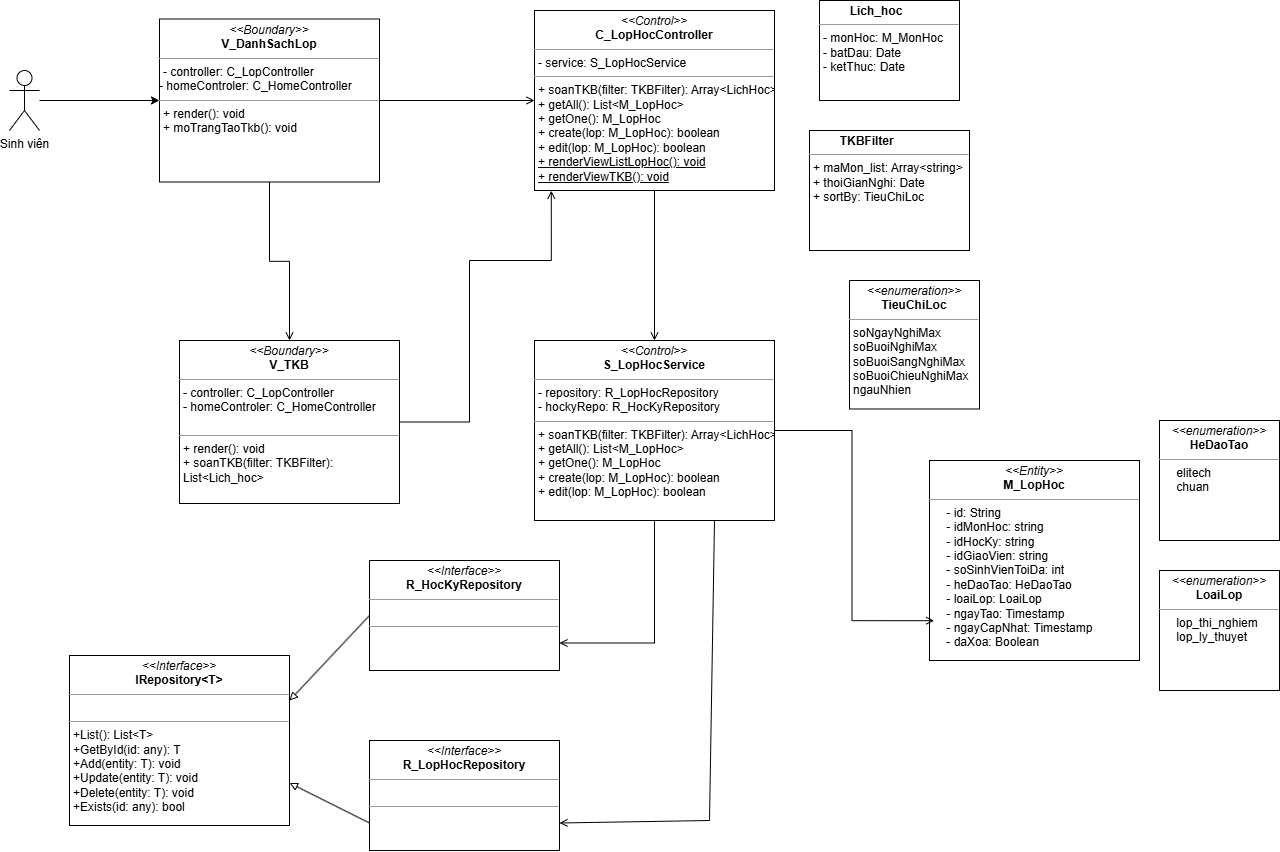
This is Class Diagram/Soan_TKB/SoanTKB.drawio.png from imvietcuongfrvietnam/PTTKHT, a draw.io export, as it was before one commit. Source tidied: cells renumbered, new cells last; positions are measured from the earlier drawing's top-left corner, leaving out a move shared by most shapes.
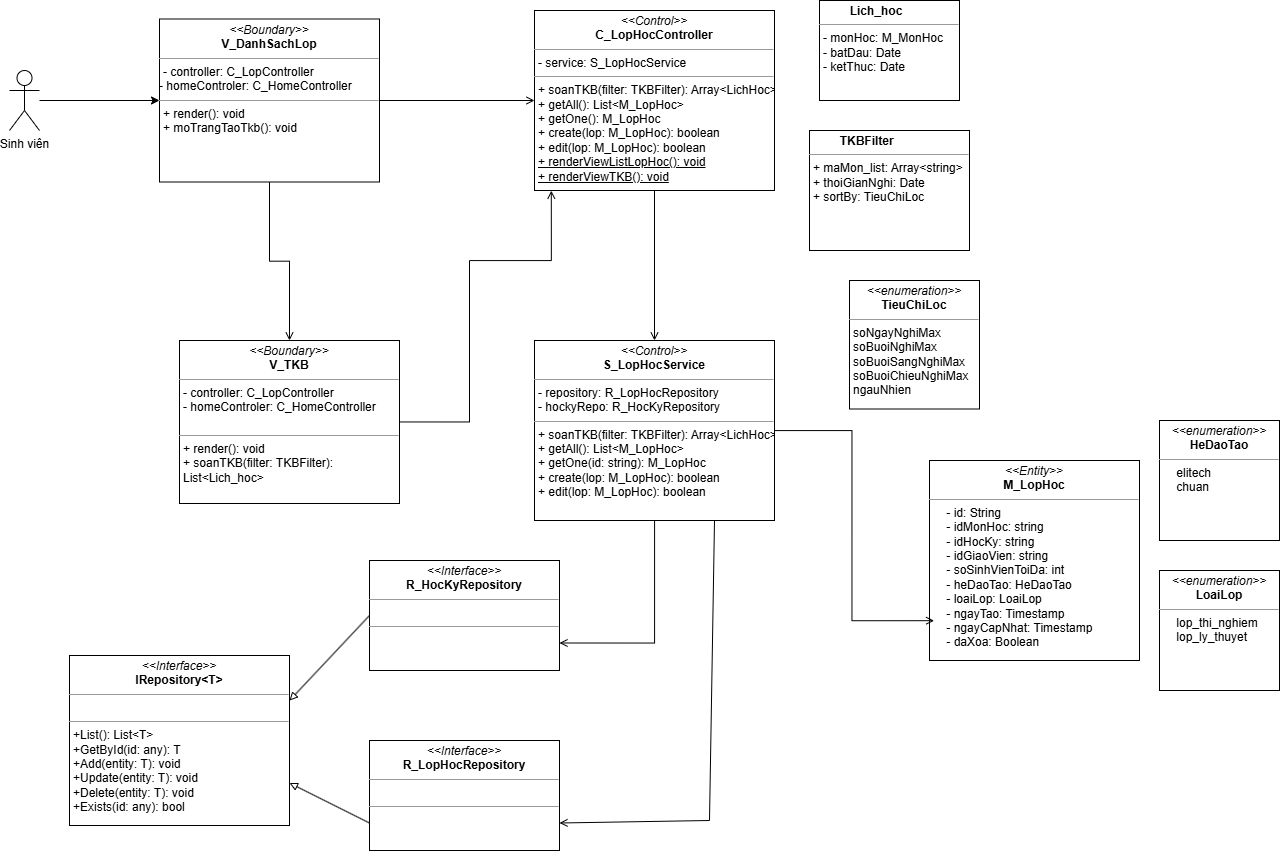
The same diagram one commit later.

The edit, as a diff of the source:
```diff
@@ -53,7 +53,7 @@
     <mxCell id="18" style="edgeStyle=orthogonalEdgeStyle;rounded=0;jettySize=auto;html=1;entryX=1;entryY=0.75;entryDx=0;entryDy=0;endArrow=open;endFill=0;" parent="1" edge="1" source="19" target="15">
       <mxGeometry relative="1" as="geometry" />
     </mxCell>
-    <mxCell id="19" value="&lt;p style=&quot;margin:0px;margin-top:4px;text-align:center;&quot;&gt;&lt;i&gt;&amp;lt;&amp;lt;Control&amp;gt;&amp;gt;&lt;/i&gt;&lt;br&gt;&lt;b&gt;S_LopHocService&lt;/b&gt;&lt;/p&gt;&lt;hr size=&quot;1&quot;&gt;&lt;p style=&quot;margin:0px;margin-left:4px;&quot;&gt;&lt;span style=&quot;background-color: transparent; color: light-dark(rgb(0, 0, 0), rgb(255, 255, 255));&quot;&gt;- repository: R_LopHocRepository&lt;br&gt;&lt;/span&gt;&lt;/p&gt;&lt;p style=&quot;margin:0px;margin-left:4px;&quot;&gt;&lt;span style=&quot;background-color: transparent; color: light-dark(rgb(0, 0, 0), rgb(255, 255, 255));&quot;&gt;- hockyRepo: R_HocKyRepository&lt;/span&gt;&lt;/p&gt;&lt;hr size=&quot;1&quot;&gt;&lt;p style=&quot;margin:0px;margin-left:4px;&quot;&gt;&lt;span style=&quot;background-color: transparent; color: light-dark(rgb(0, 0, 0), rgb(255, 255, 255));&quot;&gt;+ soanTKB(filter: TKBFilter): Array&amp;lt;LichHoc&amp;gt;&lt;/span&gt;&lt;/p&gt;&lt;p style=&quot;margin:0px;margin-left:4px;&quot;&gt;+ getAll(): List&amp;lt;M_LopHoc&amp;gt;&lt;/p&gt;&lt;p style=&quot;margin:0px;margin-left:4px;&quot;&gt;+ getOne(): M_LopHoc&lt;/p&gt;&lt;p style=&quot;margin:0px;margin-left:4px;&quot;&gt;+ create(lop: M_LopHoc): boolean&lt;/p&gt;&lt;p style=&quot;margin:0px;margin-left:4px;&quot;&gt;+ edit(lop: M_LopHoc): boolean&lt;/p&gt;" style="verticalAlign=top;align=left;overflow=fill;fontSize=12;fontFamily=Helvetica;html=1;rounded=0;shadow=0;comic=0;labelBackgroundColor=none;strokeWidth=1;" parent="1" vertex="1">
+    <mxCell id="19" value="&lt;p style=&quot;margin:0px;margin-top:4px;text-align:center;&quot;&gt;&lt;i&gt;&amp;lt;&amp;lt;Control&amp;gt;&amp;gt;&lt;/i&gt;&lt;br&gt;&lt;b&gt;S_LopHocService&lt;/b&gt;&lt;/p&gt;&lt;hr size=&quot;1&quot;&gt;&lt;p style=&quot;margin:0px;margin-left:4px;&quot;&gt;&lt;span style=&quot;background-color: transparent; color: light-dark(rgb(0, 0, 0), rgb(255, 255, 255));&quot;&gt;- repository: R_LopHocRepository&lt;br&gt;&lt;/span&gt;&lt;/p&gt;&lt;p style=&quot;margin:0px;margin-left:4px;&quot;&gt;&lt;span style=&quot;background-color: transparent; color: light-dark(rgb(0, 0, 0), rgb(255, 255, 255));&quot;&gt;- hockyRepo: R_HocKyRepository&lt;/span&gt;&lt;/p&gt;&lt;hr size=&quot;1&quot;&gt;&lt;p style=&quot;margin:0px;margin-left:4px;&quot;&gt;&lt;span style=&quot;background-color: transparent; color: light-dark(rgb(0, 0, 0), rgb(255, 255, 255));&quot;&gt;+ soanTKB(filter: TKBFilter): Array&amp;lt;LichHoc&amp;gt;&lt;/span&gt;&lt;/p&gt;&lt;p style=&quot;margin:0px;margin-left:4px;&quot;&gt;+ getAll(): List&amp;lt;M_LopHoc&amp;gt;&lt;/p&gt;&lt;p style=&quot;margin:0px;margin-left:4px;&quot;&gt;+ getOne(id: string): M_LopHoc&lt;/p&gt;&lt;p style=&quot;margin:0px;margin-left:4px;&quot;&gt;+ create(lop: M_LopHoc): boolean&lt;/p&gt;&lt;p style=&quot;margin:0px;margin-left:4px;&quot;&gt;+ edit(lop: M_LopHoc): boolean&lt;/p&gt;" style="verticalAlign=top;align=left;overflow=fill;fontSize=12;fontFamily=Helvetica;html=1;rounded=0;shadow=0;comic=0;labelBackgroundColor=none;strokeWidth=1;" parent="1" vertex="1">
       <mxGeometry x="525" y="340" width="240" height="180" as="geometry" />
     </mxCell>
     <mxCell id="20" style="edgeStyle=orthogonalEdgeStyle;rounded=0;jettySize=auto;html=1;entryX=0.07;entryY=1.001;entryDx=0;entryDy=0;entryPerimeter=0;endArrow=open;endFill=0;" parent="1" edge="1" source="12" target="14">
```
